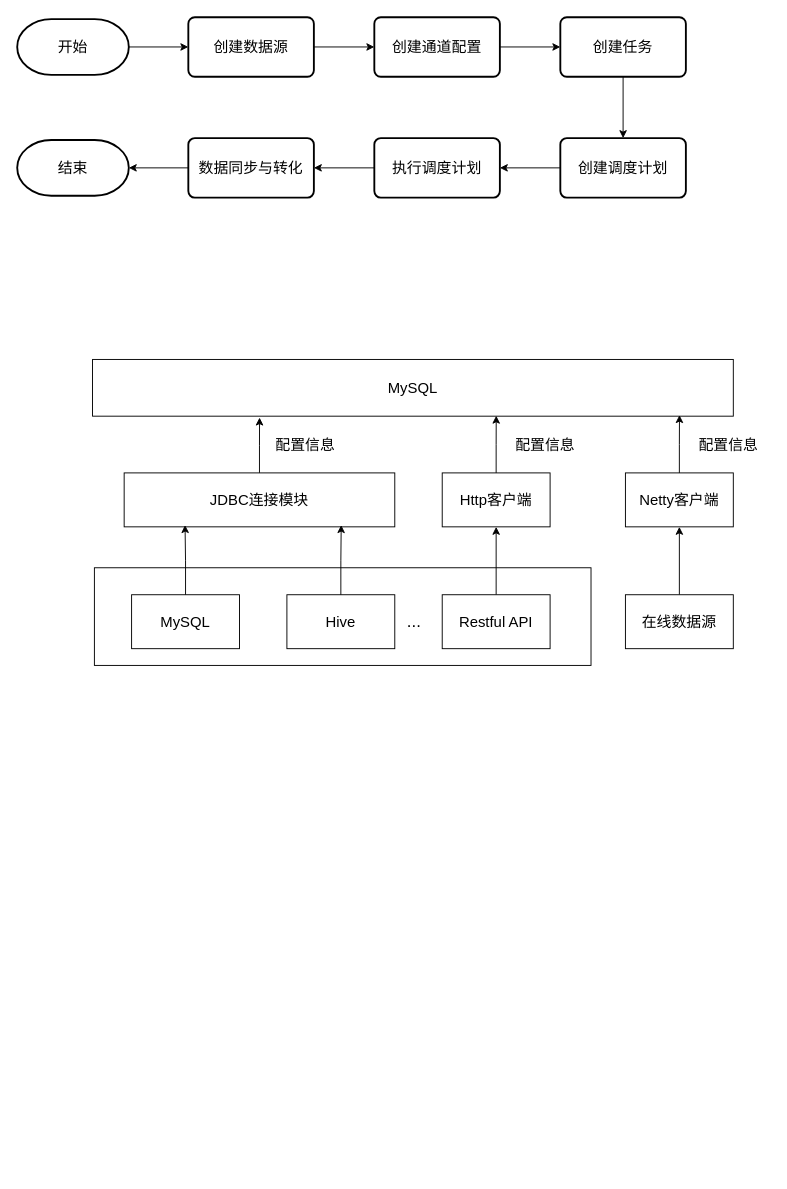
Before: 运维管理.drawio in nianqingdeguowang/python, a draw.io diagram. Source tidied: cells renumbered, new cells numbered last; positions are measured from the earlier drawing's top-left corner, leaving out a move shared by most shapes. Both pictures are drawn from the tidied source at 93%, with x=0, y=0 at pixel (17, 17).
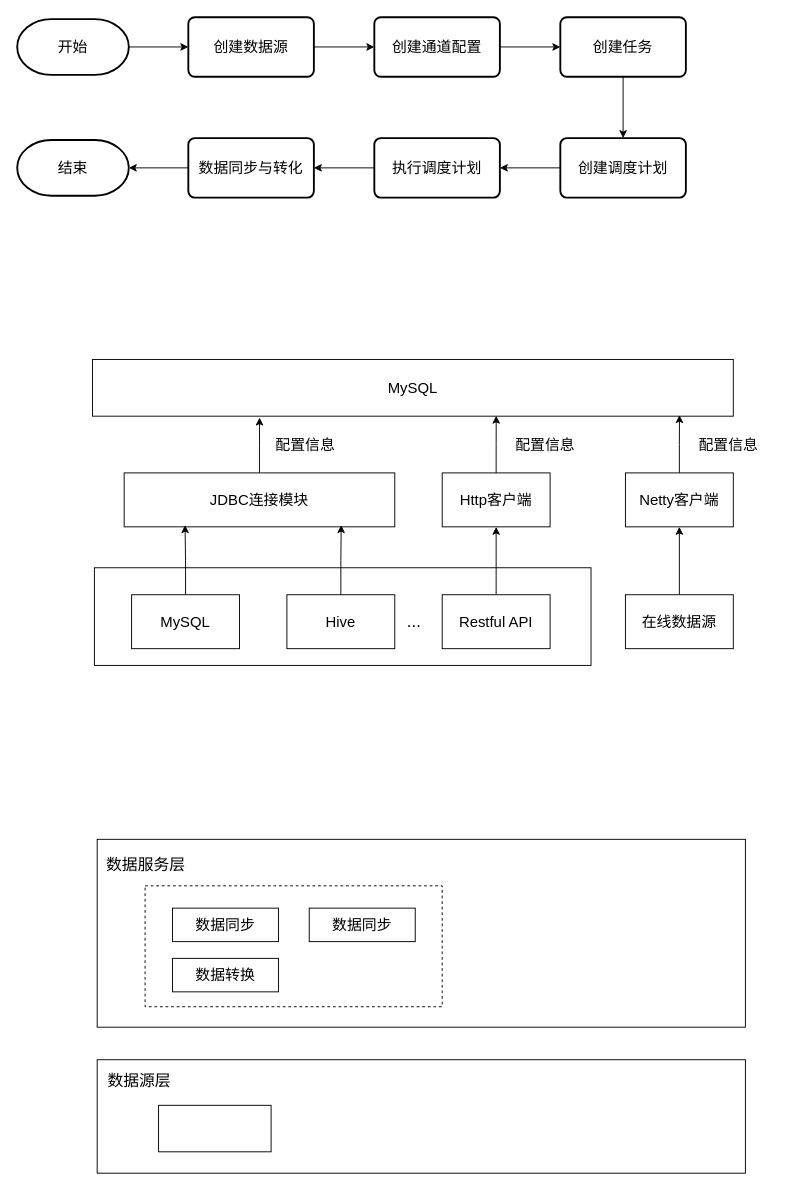
The same page after the edit.

Commit message:
更新运维管理.drawio

Change to the diagram source:
```diff
@@
+    <mxCell id="38" style="rounded=0;whiteSpace=wrap;html=1;" parent="1" vertex="1">
+      <mxGeometry x="86" y="1121" width="697" height="122" as="geometry" />
+    </mxCell>
+    <mxCell id="39" value="&lt;font style=&quot;font-size: 17px;&quot;&gt;数据源层&lt;/font&gt;" style="text;html=1;align=center;verticalAlign=middle;whiteSpace=wrap;rounded=0;" parent="1" vertex="1">
+      <mxGeometry x="86" y="1129" width="91" height="31" as="geometry" />
+    </mxCell>
+    <mxCell id="40" style="rounded=0;whiteSpace=wrap;html=1;" parent="1" vertex="1">
+      <mxGeometry x="152" y="1170" width="121" height="50" as="geometry" />
+    </mxCell>
+    <mxCell id="41" style="rounded=0;whiteSpace=wrap;html=1;" parent="1" vertex="1">
+      <mxGeometry x="86" y="884" width="697" height="202" as="geometry" />
+    </mxCell>
+    <mxCell id="42" value="&lt;font style=&quot;font-size: 17px;&quot;&gt;数据服务层&lt;/font&gt;" style="text;html=1;align=center;verticalAlign=middle;whiteSpace=wrap;rounded=0;" parent="1" vertex="1">
+      <mxGeometry x="93" y="896" width="91" height="31" as="geometry" />
+    </mxCell>
+    <mxCell id="43" style="rounded=0;whiteSpace=wrap;html=1;dashed=1;" parent="1" vertex="1">
+      <mxGeometry x="137.5" y="934" width="319.5" height="130" as="geometry" />
+    </mxCell>
+    <mxCell id="44" value="&lt;font style=&quot;font-size: 16px;&quot;&gt;数据转换&lt;/font&gt;" style="rounded=0;whiteSpace=wrap;html=1;" parent="1" vertex="1">
+      <mxGeometry x="167" y="1012" width="114" height="36" as="geometry" />
+    </mxCell>
+    <mxCell id="45" value="&lt;font style=&quot;font-size: 16px;&quot;&gt;数据同步&lt;/font&gt;" style="rounded=0;whiteSpace=wrap;html=1;" parent="1" vertex="1">
+      <mxGeometry x="167" y="958" width="114" height="36" as="geometry" />
+    </mxCell>
+    <mxCell id="46" value="&lt;font style=&quot;font-size: 16px;&quot;&gt;数据同步&lt;/font&gt;" style="rounded=0;whiteSpace=wrap;html=1;" parent="1" vertex="1">
+      <mxGeometry x="314" y="958" width="114" height="36" as="geometry" />
+    </mxCell>
```
